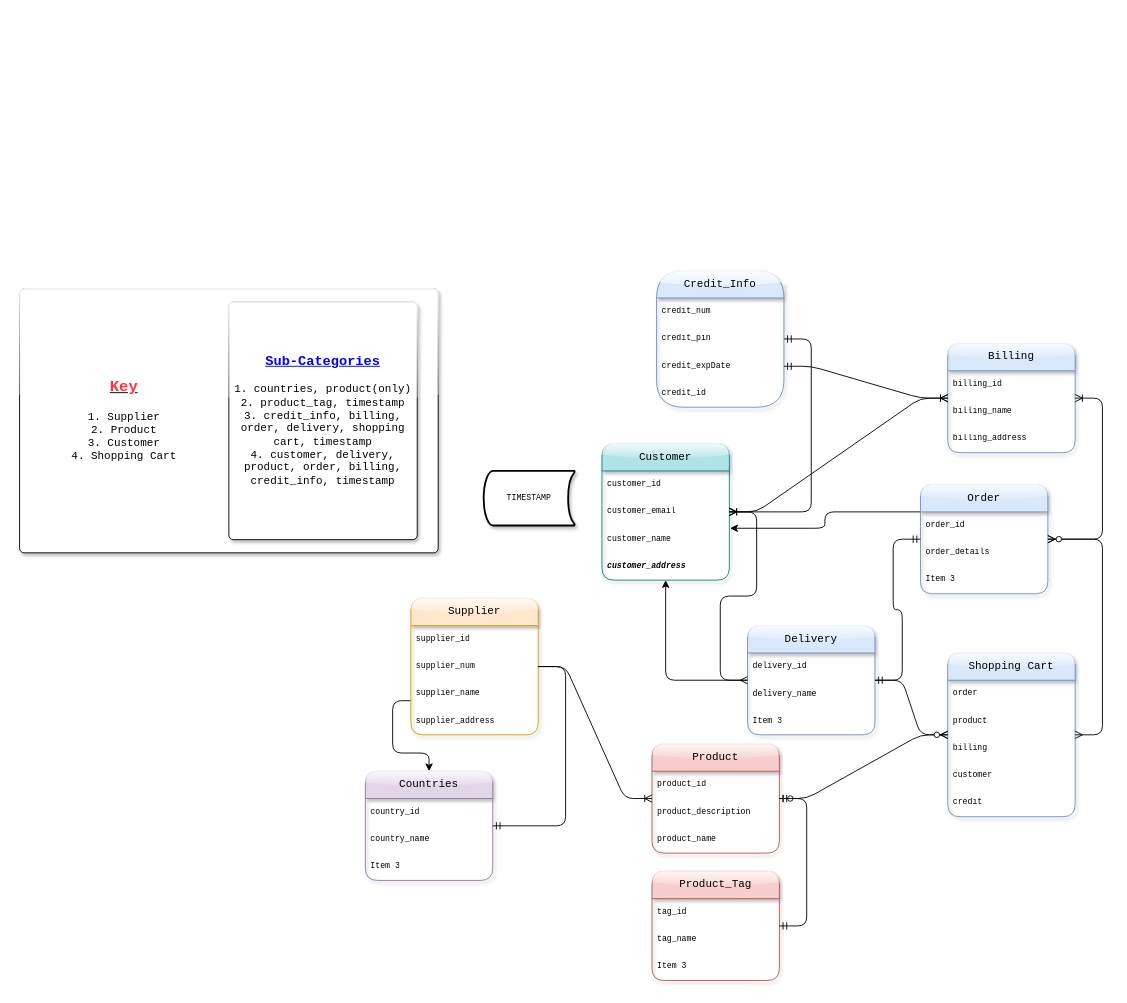
Earlier version of the draw.io diagram amazoom_project/Untitled Diagram.drawio (silvercode0/Amazoom). Source tidied: cells renumbered, new cells numbered last; positions are measured from the earlier drawing's top-left corner, leaving out a move shared by most shapes. Both pictures are drawn from the tidied source at 91%, with x=0, y=0 at pixel (19, 270).
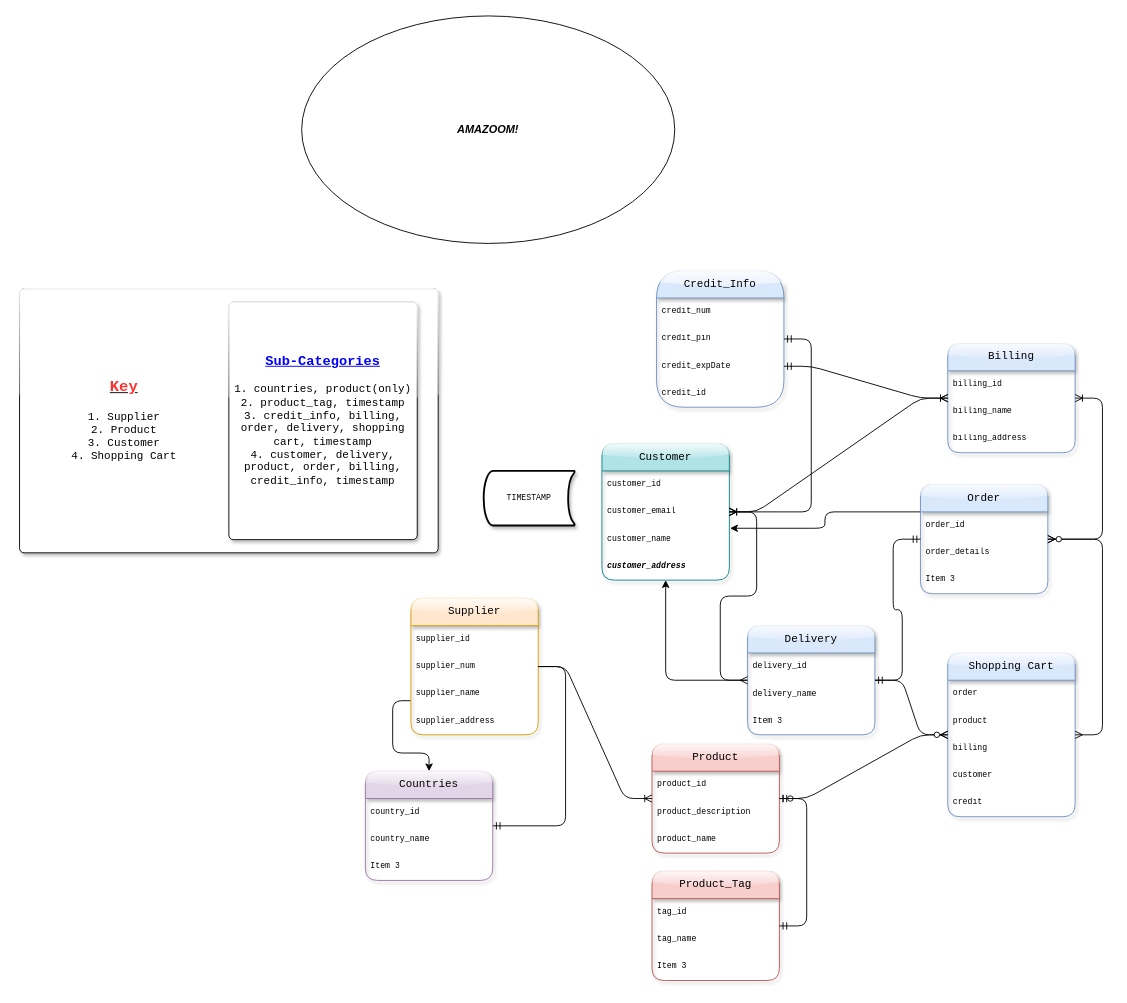
After the change.

The edit, as a diff of the source:
```diff
@@
+    <mxCell id="66" value="AMAZOOM!" style="ellipse;whiteSpace=wrap;html=1;fontStyle=3;" parent="1" vertex="1">
+      <mxGeometry x="310" y="-280" width="410" height="250" as="geometry" />
+    </mxCell>
```
